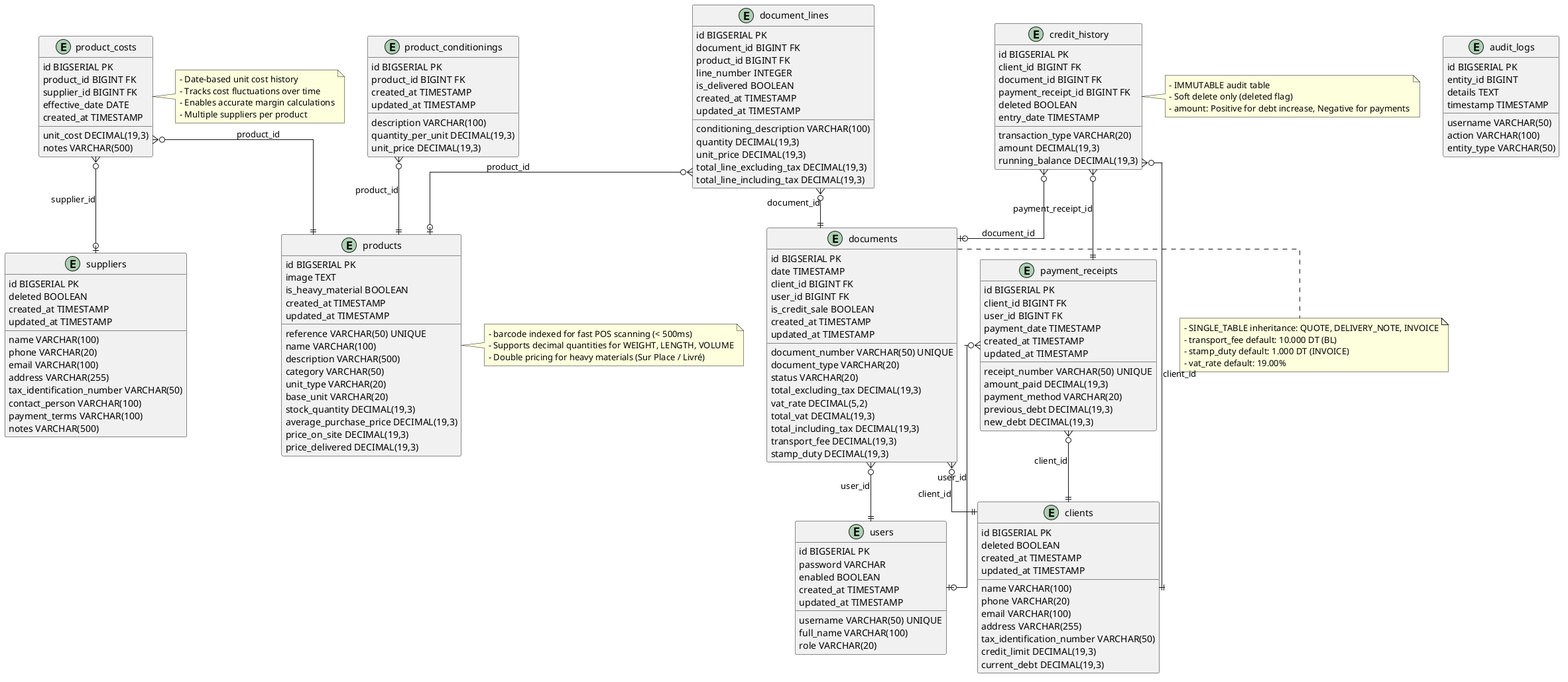
Before: docs/images/Hardware-Store-Database-Schema.png, a diagram exported from PlantUML (mAmineChniti/hardware_store). Source of this version:
```plantuml
@startuml Hardware Store Database Schema

skinparam linetype ortho
skinparam entity {
  BackgroundColor<<FK>> LightBlue
  BorderColor<<FK>> Blue
}


entity users {
  id BIGSERIAL PK
  username VARCHAR(50) UNIQUE
  password VARCHAR
  full_name VARCHAR(100)
  role VARCHAR(20)
  enabled BOOLEAN
  created_at TIMESTAMP
  updated_at TIMESTAMP
}

entity clients {
  id BIGSERIAL PK
  name VARCHAR(100)
  phone VARCHAR(20)
  email VARCHAR(100)
  address VARCHAR(255)
  tax_identification_number VARCHAR(50)
  credit_limit DECIMAL(19,3)
  current_debt DECIMAL(19,3)
  deleted BOOLEAN
  created_at TIMESTAMP
  updated_at TIMESTAMP
}

entity suppliers {
  id BIGSERIAL PK
  name VARCHAR(100)
  phone VARCHAR(20)
  email VARCHAR(100)
  address VARCHAR(255)
  tax_identification_number VARCHAR(50)
  contact_person VARCHAR(100)
  payment_terms VARCHAR(100)
  notes VARCHAR(500)
  deleted BOOLEAN
  created_at TIMESTAMP
  updated_at TIMESTAMP
}

entity products {
  id BIGSERIAL PK
  reference VARCHAR(50) UNIQUE
  name VARCHAR(100)
  description VARCHAR(500)
  image TEXT
  category VARCHAR(50)
  unit_type VARCHAR(20)
  is_heavy_material BOOLEAN
  base_unit VARCHAR(20)
  stock_quantity DECIMAL(19,3)
  average_purchase_price DECIMAL(19,3)
  price_on_site DECIMAL(19,3)
  price_delivered DECIMAL(19,3)
  created_at TIMESTAMP
  updated_at TIMESTAMP
}

entity product_conditionings {
  id BIGSERIAL PK
  product_id BIGINT FK
  description VARCHAR(100)
  quantity_per_unit DECIMAL(19,3)
  unit_price DECIMAL(19,3)
  created_at TIMESTAMP
  updated_at TIMESTAMP
}

entity product_costs {
  id BIGSERIAL PK
  product_id BIGINT FK
  supplier_id BIGINT FK
  unit_cost DECIMAL(19,3)
  effective_date DATE
  notes VARCHAR(500)
  created_at TIMESTAMP
}

entity documents {
  id BIGSERIAL PK
  document_number VARCHAR(50) UNIQUE
  date TIMESTAMP
  document_type VARCHAR(20)
  status VARCHAR(20)
  client_id BIGINT FK
  user_id BIGINT FK
  total_excluding_tax DECIMAL(19,3)
  vat_rate DECIMAL(5,2)
  total_vat DECIMAL(19,3)
  total_including_tax DECIMAL(19,3)
  transport_fee DECIMAL(19,3)
  stamp_duty DECIMAL(19,3)
  is_credit_sale BOOLEAN
  created_at TIMESTAMP
  updated_at TIMESTAMP
}

entity document_lines {
  id BIGSERIAL PK
  document_id BIGINT FK
  product_id BIGINT FK
  line_number INTEGER
  conditioning_description VARCHAR(100)
  quantity DECIMAL(19,3)
  unit_price DECIMAL(19,3)
  total_line_excluding_tax DECIMAL(19,3)
  total_line_including_tax DECIMAL(19,3)
  is_delivered BOOLEAN
  created_at TIMESTAMP
  updated_at TIMESTAMP
}

entity payment_receipts {
  id BIGSERIAL PK
  receipt_number VARCHAR(50) UNIQUE
  client_id BIGINT FK
  user_id BIGINT FK
  amount_paid DECIMAL(19,3)
  payment_date TIMESTAMP
  payment_method VARCHAR(20)
  previous_debt DECIMAL(19,3)
  new_debt DECIMAL(19,3)
  created_at TIMESTAMP
  updated_at TIMESTAMP
}

entity credit_history {
  id BIGSERIAL PK
  client_id BIGINT FK
  document_id BIGINT FK
  payment_receipt_id BIGINT FK
  transaction_type VARCHAR(20)
  amount DECIMAL(19,3)
  running_balance DECIMAL(19,3)
  deleted BOOLEAN
  entry_date TIMESTAMP
}

entity audit_logs {
  id BIGSERIAL PK
  username VARCHAR(50)
  action VARCHAR(100)
  entity_type VARCHAR(50)
  entity_id BIGINT
  details TEXT
  timestamp TIMESTAMP
}


product_conditionings }o--|| products : "product_id"
product_costs }o--|| products : "product_id"
product_costs }o--o| suppliers : "supplier_id"
documents }o--|| clients : "client_id"
documents }o--|| users : "user_id"
document_lines }o--|| documents : "document_id"
document_lines }o--o| products : "product_id"
payment_receipts }o--|| clients : "client_id"
payment_receipts }o--o| users : "user_id"
credit_history }o--|| clients : "client_id"
credit_history }o--o| documents : "document_id"
credit_history }o--|| payment_receipts : "payment_receipt_id"


note right of products
  - barcode indexed for fast POS scanning (< 500ms)
  - Supports decimal quantities for WEIGHT, LENGTH, VOLUME
  - Double pricing for heavy materials (Sur Place / Livré)
end note

note right of product_costs
  - Date-based unit cost history
  - Tracks cost fluctuations over time
  - Enables accurate margin calculations
  - Multiple suppliers per product
end note

note right of documents
  - SINGLE_TABLE inheritance: QUOTE, DELIVERY_NOTE, INVOICE
  - transport_fee default: 10.000 DT (BL)
  - stamp_duty default: 1.000 DT (INVOICE)
  - vat_rate default: 19.00%
end note

note right of credit_history
  - IMMUTABLE audit table
  - Soft delete only (deleted flag)
  - amount: Positive for debt increase, Negative for payments
end note

@enduml
```
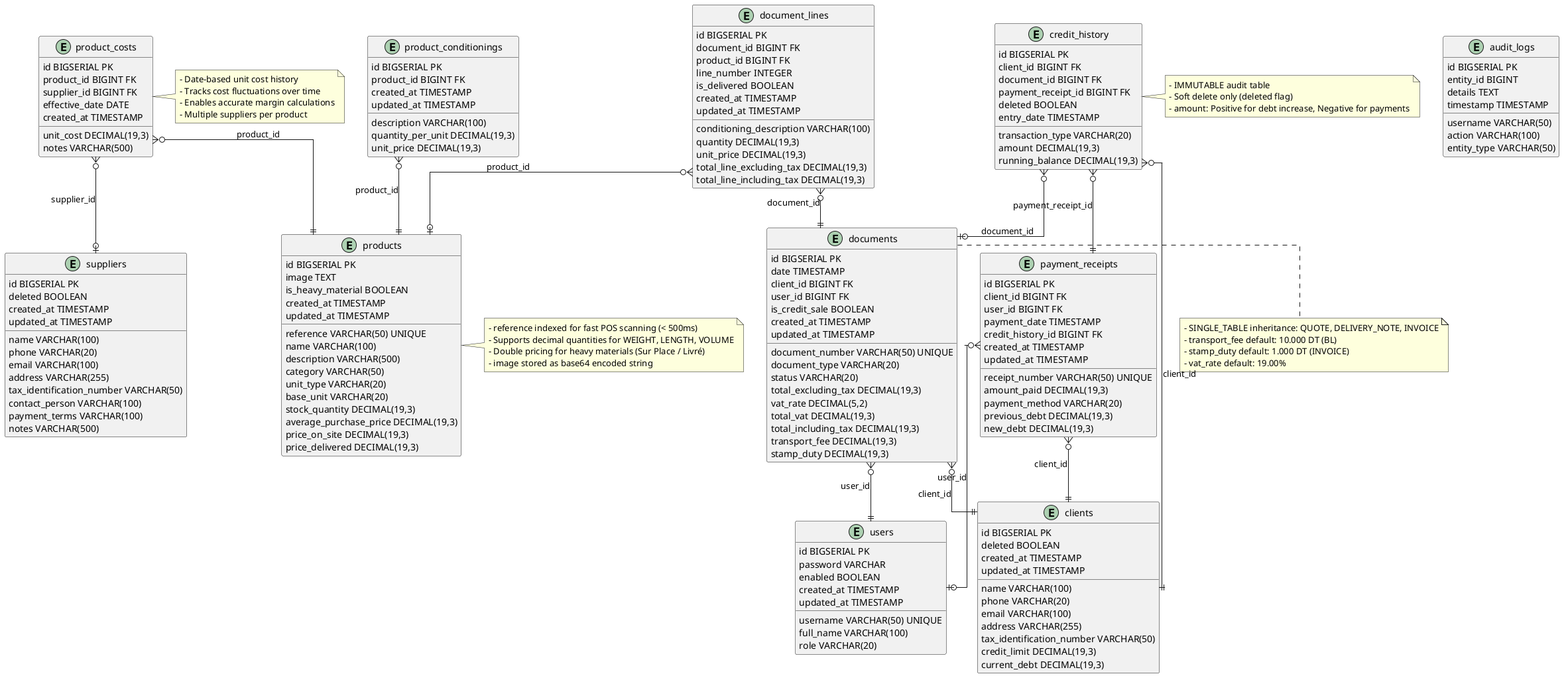
After the change.

Change to the diagram source:
```diff
@@ -129,6 +129,7 @@
   payment_method VARCHAR(20)
   previous_debt DECIMAL(19,3)
   new_debt DECIMAL(19,3)
+  credit_history_id BIGINT FK
   created_at TIMESTAMP
   updated_at TIMESTAMP
 }
@@ -171,9 +172,10 @@
 
 
 note right of products
-  - barcode indexed for fast POS scanning (< 500ms)
+  - reference indexed for fast POS scanning (< 500ms)
   - Supports decimal quantities for WEIGHT, LENGTH, VOLUME
   - Double pricing for heavy materials (Sur Place / Livré)
+  - image stored as base64 encoded string
 end note
 
 note right of product_costs
```
